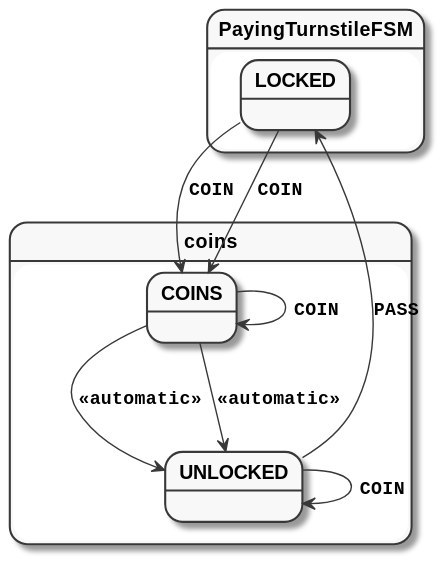
Before: paying-turnstile-simple.svg, a diagram exported from PlantUML (open-jumpco/kfsm-viz).
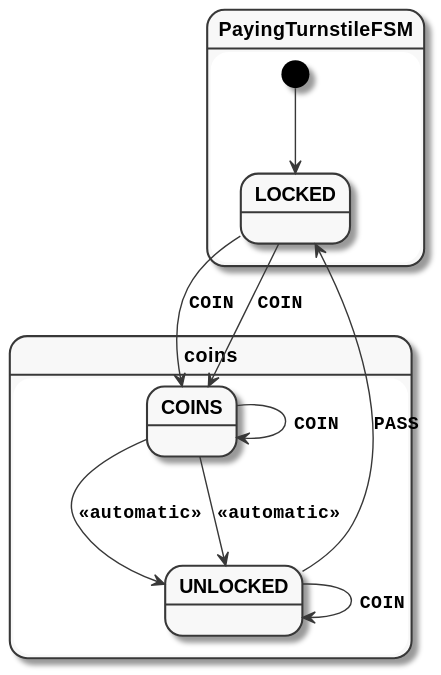
After the commit.

Change to the diagram source:
```diff
@@ -12,6 +12,7 @@
 COINS --> COINS : COIN
 }
 state PayingTurnstileFSM {
+[*] --> LOCKED
 LOCKED --> COINS : COIN
 LOCKED --> COINS : COIN
 UNLOCKED --> UNLOCKED : COIN
```
